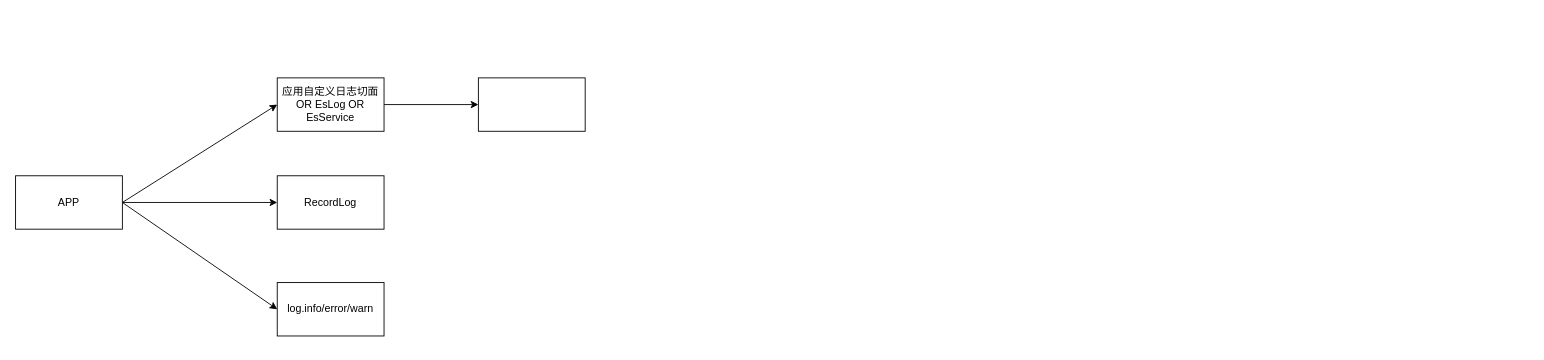
Earlier version of the draw.io diagram pkfare/book-refactor/未命名绘图.drawio (zhangweixin/design-diagram). Source tidied: cells renumbered, new cells numbered last; positions are measured from the earlier drawing's top-left corner, leaving out a move shared by most shapes. Both pictures are drawn from the tidied source at 89%, with x=0, y=0 at pixel (15, 77).
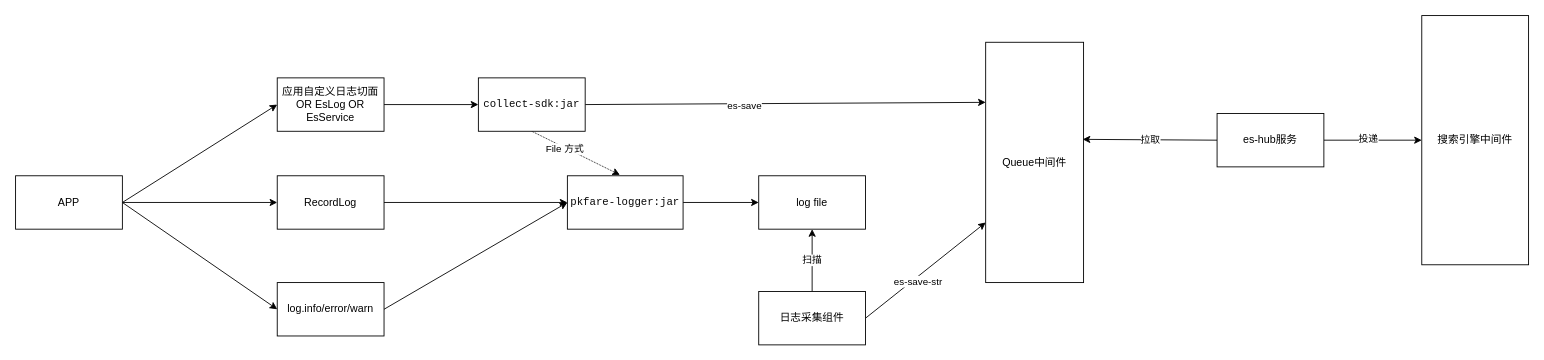
The same diagram, later.

Commit message (it also covers changes not shown here):
更新未命名绘图.drawio

The change refers to these unchanged cells:
```xml
<mxCell id="8" value="RecordLog" style="rounded=0;whiteSpace=wrap;html=1;" parent="1" vertex="1">
  <mxGeometry x="294" y="110" width="120" height="60" as="geometry" />
</mxCell>
<mxCell id="9" value="log.info/error/warn" style="rounded=0;whiteSpace=wrap;html=1;" parent="1" vertex="1">
  <mxGeometry x="294" y="230" width="120" height="60" as="geometry" />
</mxCell>
```

The edit, as a diff of the source:
```diff
@@
+    <mxCell id="11" style="edgeStyle=none;rounded=0;jettySize=auto;html=1;" parent="1" edge="1" source="8" target="18">
+      <mxGeometry relative="1" as="geometry" />
+    </mxCell>
@@
+    <mxCell id="12" style="edgeStyle=none;rounded=0;jettySize=auto;html=1;exitX=1;exitY=0.5;exitDx=0;exitDy=0;entryX=0;entryY=0.5;entryDx=0;entryDy=0;" parent="1" edge="1" source="9" target="18">
+      <mxGeometry relative="1" as="geometry" />
+    </mxCell>
@@
+    <mxCell id="13" style="edgeStyle=none;rounded=0;jettySize=auto;html=1;exitX=0.5;exitY=1;exitDx=0;exitDy=0;entryX=0.454;entryY=-0.017;entryDx=0;entryDy=0;entryPerimeter=0;dashed=1;dashPattern=1 1;" parent="1" edge="1" source="10" target="18">
+      <mxGeometry relative="1" as="geometry" />
+    </mxCell>
+    <mxCell id="14" value="File 方式" style="edgeLabel;html=1;align=center;verticalAlign=middle;" parent="13" vertex="1">
+      <mxGeometry x="-0.26" y="-1" relative="1" as="geometry" />
+    </mxCell>
+    <mxCell id="15" style="edgeStyle=none;rounded=0;jettySize=auto;html=1;exitX=1;exitY=0.5;exitDx=0;exitDy=0;entryX=0;entryY=0.25;entryDx=0;entryDy=0;" parent="1" edge="1" source="10" target="20">
+      <mxGeometry relative="1" as="geometry" />
+    </mxCell>
+    <mxCell id="16" value="es-save" style="edgeLabel;html=1;align=center;verticalAlign=middle;" parent="15" vertex="1">
+      <mxGeometry x="-0.21" y="-2" relative="1" as="geometry" />
+    </mxCell>
-    <mxCell id="10" style="whiteSpace=wrap;html=1;rounded=0;" parent="1" vertex="1">
+    <mxCell id="10" value="&lt;pre style=&quot;text-align: start; background-color: rgb(255, 255, 255); color: rgb(8, 8, 8); font-family: Consolas, monospace; font-size: 9pt;&quot;&gt;collect-sdk:jar&lt;/pre&gt;" style="whiteSpace=wrap;html=1;rounded=0;" parent="1" vertex="1">
       <mxGeometry x="520" width="120" height="60" as="geometry" />
     </mxCell>
+    <mxCell id="17" style="edgeStyle=none;rounded=0;jettySize=auto;html=1;" parent="1" edge="1" source="18" target="19">
+      <mxGeometry relative="1" as="geometry" />
+    </mxCell>
+    <mxCell id="18" value="&lt;pre style=&quot;text-align: start; background-color: rgb(255, 255, 255); color: rgb(8, 8, 8); font-family: Consolas, monospace; font-size: 9pt;&quot;&gt;pkfare-logger:jar&lt;/pre&gt;" style="whiteSpace=wrap;html=1;rounded=0;" parent="1" vertex="1">
+      <mxGeometry x="620" y="110" width="130" height="60" as="geometry" />
+    </mxCell>
+    <mxCell id="19" value="log file" style="whiteSpace=wrap;html=1;rounded=0;" parent="1" vertex="1">
+      <mxGeometry x="835" y="110" width="120" height="60" as="geometry" />
+    </mxCell>
+    <mxCell id="20" value="Queue中间件" style="rounded=0;whiteSpace=wrap;html=1;" parent="1" vertex="1">
+      <mxGeometry x="1090" y="-40" width="110" height="270" as="geometry" />
+    </mxCell>
+    <mxCell id="21" style="edgeStyle=none;rounded=0;jettySize=auto;html=1;exitX=1;exitY=0.5;exitDx=0;exitDy=0;entryX=0;entryY=0.75;entryDx=0;entryDy=0;" parent="1" edge="1" source="24" target="20">
+      <mxGeometry relative="1" as="geometry" />
+    </mxCell>
+    <mxCell id="22" value="es-save-str" style="edgeLabel;html=1;align=center;verticalAlign=middle;" parent="21" vertex="1">
+      <mxGeometry x="-0.17" y="-3" relative="1" as="geometry">
+        <mxPoint y="1" as="offset" />
+      </mxGeometry>
+    </mxCell>
+    <mxCell id="23" value="扫描" style="edgeStyle=none;rounded=0;jettySize=auto;html=1;exitX=0.5;exitY=0;exitDx=0;exitDy=0;entryX=0.5;entryY=1;entryDx=0;entryDy=0;" parent="1" edge="1" source="24" target="19">
+      <mxGeometry relative="1" as="geometry" />
+    </mxCell>
+    <mxCell id="24" value="日志采集组件" style="rounded=0;whiteSpace=wrap;html=1;" parent="1" vertex="1">
+      <mxGeometry x="835" y="240" width="120" height="60" as="geometry" />
+    </mxCell>
+    <mxCell id="25" value="拉取" style="edgeStyle=none;rounded=0;jettySize=auto;html=1;exitX=0;exitY=0.5;exitDx=0;exitDy=0;entryX=0.991;entryY=0.404;entryDx=0;entryDy=0;entryPerimeter=0;" parent="1" edge="1" source="28" target="20">
+      <mxGeometry relative="1" as="geometry" />
+    </mxCell>
+    <mxCell id="26" style="edgeStyle=none;rounded=0;jettySize=auto;html=1;exitX=1;exitY=0.5;exitDx=0;exitDy=0;entryX=0;entryY=0.5;entryDx=0;entryDy=0;" parent="1" edge="1" source="28" target="29">
+      <mxGeometry relative="1" as="geometry" />
+    </mxCell>
+    <mxCell id="27" value="投递" style="edgeLabel;html=1;align=center;verticalAlign=middle;" parent="26" vertex="1">
+      <mxGeometry x="-0.11" y="3" relative="1" as="geometry" />
+    </mxCell>
+    <mxCell id="28" value="es-hub服务" style="rounded=0;whiteSpace=wrap;html=1;" parent="1" vertex="1">
+      <mxGeometry x="1350" y="40" width="120" height="60" as="geometry" />
+    </mxCell>
+    <mxCell id="29" value="搜索引擎中间件" style="rounded=0;whiteSpace=wrap;html=1;" parent="1" vertex="1">
+      <mxGeometry x="1580" y="-70" width="120" height="280" as="geometry" />
+    </mxCell>
```
